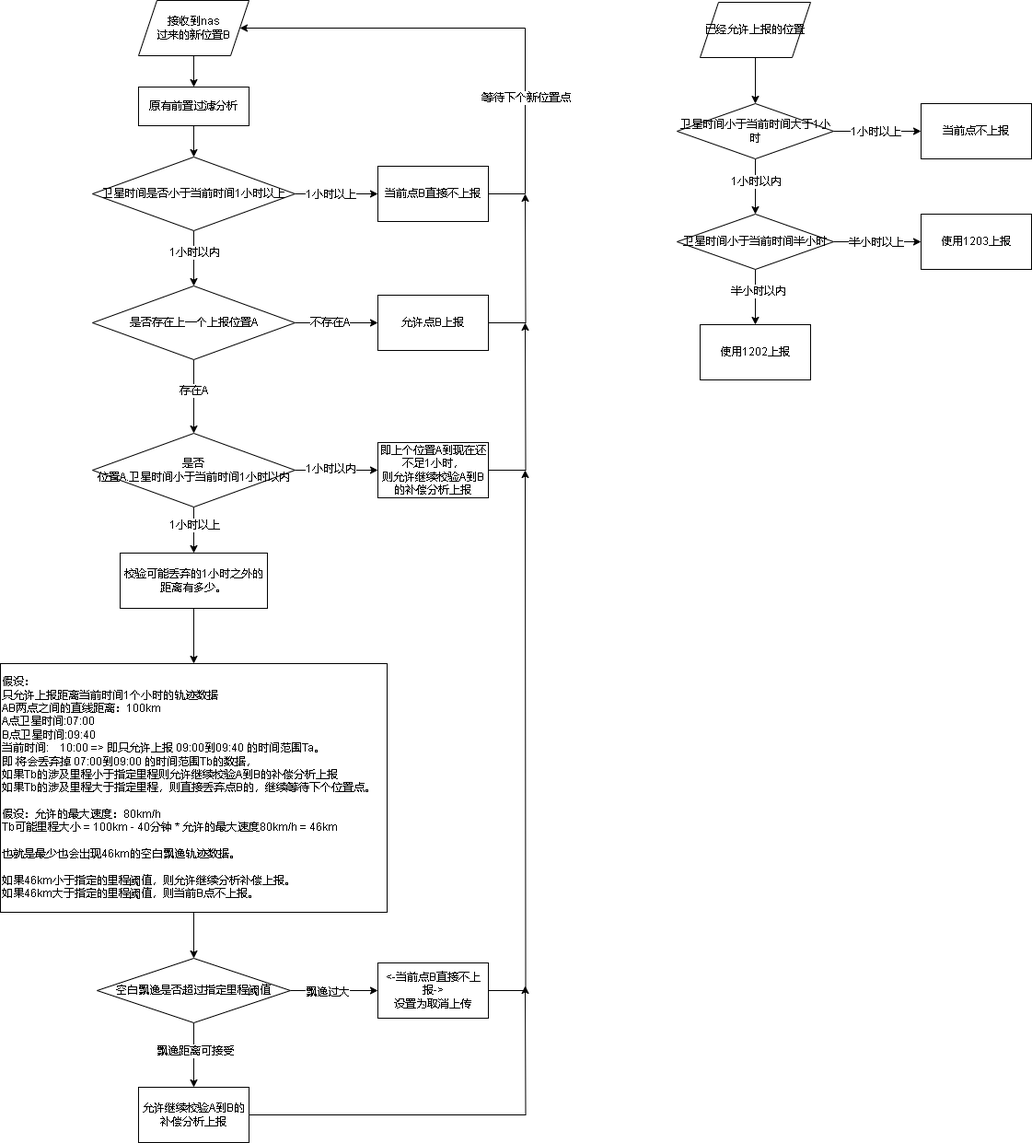
Above: 809轨迹时间异常.drawio.png in xktder/draw (draw.io), before the change. Source tidied: cells renumbered, new cells last; positions are measured from the earlier drawing's top-left corner, leaving out a move shared by most shapes.
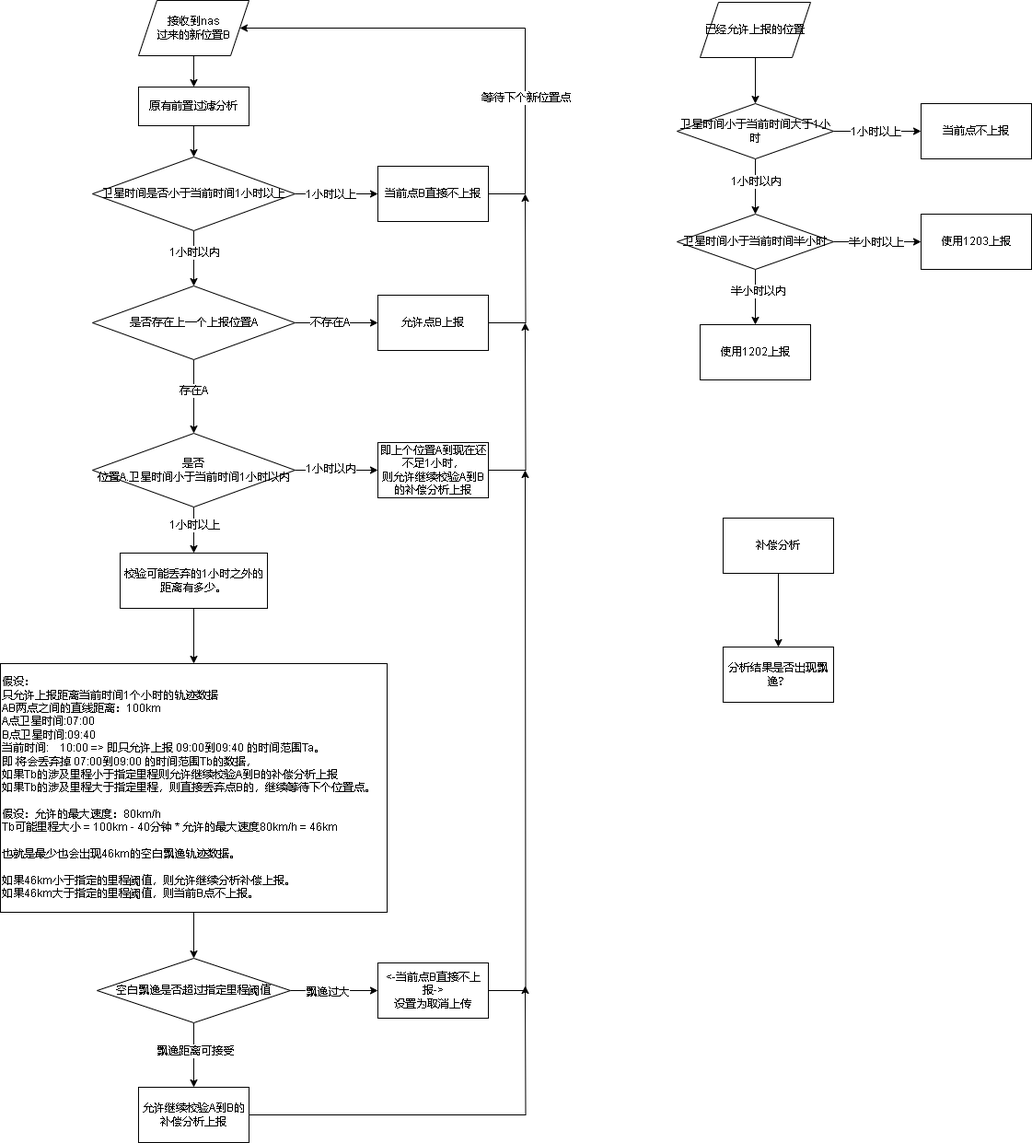
After the commit.

Commit message:
更新809轨迹时间异常.drawio.png

Change to the diagram source:
```diff
@@ -181,5 +181,14 @@
     <mxCell id="55" value="原有前置过滤分析" style="rounded=0;whiteSpace=wrap;html=1;" parent="1" vertex="1">
       <mxGeometry x="150" y="94" width="120" height="42" as="geometry" />
     </mxCell>
+    <mxCell id="56" style="edgeStyle=orthogonalEdgeStyle;rounded=0;jettySize=auto;html=1;" parent="1" edge="1" source="57" target="58">
+      <mxGeometry relative="1" as="geometry" />
+    </mxCell>
+    <mxCell id="57" value="补偿分析" style="rounded=0;whiteSpace=wrap;html=1;" parent="1" vertex="1">
+      <mxGeometry x="785" y="562" width="120" height="60" as="geometry" />
+    </mxCell>
+    <mxCell id="58" value="分析结果是否出现飘逸？" style="rounded=0;whiteSpace=wrap;html=1;" parent="1" vertex="1">
+      <mxGeometry x="785" y="702" width="120" height="60" as="geometry" />
+    </mxCell>
   </root>
 </mxGraphModel>
```
